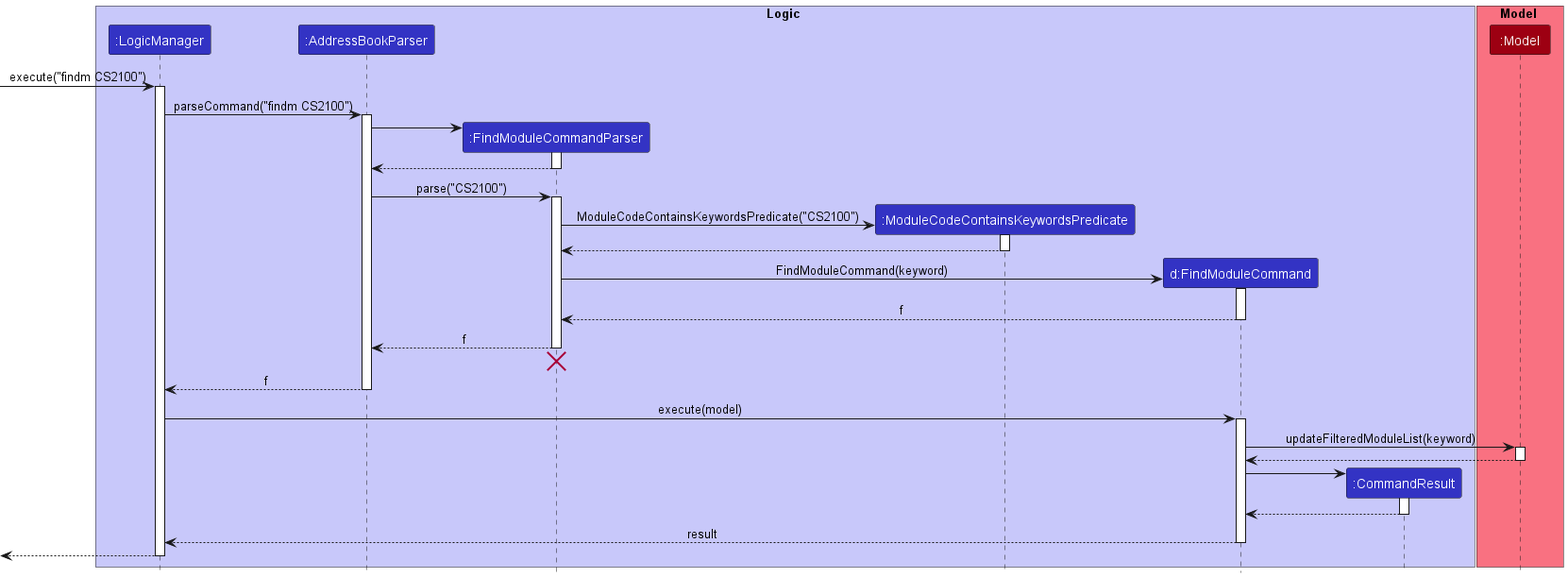
Earlier version of the PlantUML export docs/images/FindModuleSequenceDiagram.png (nus-cs2103-AY2223S1/tp).
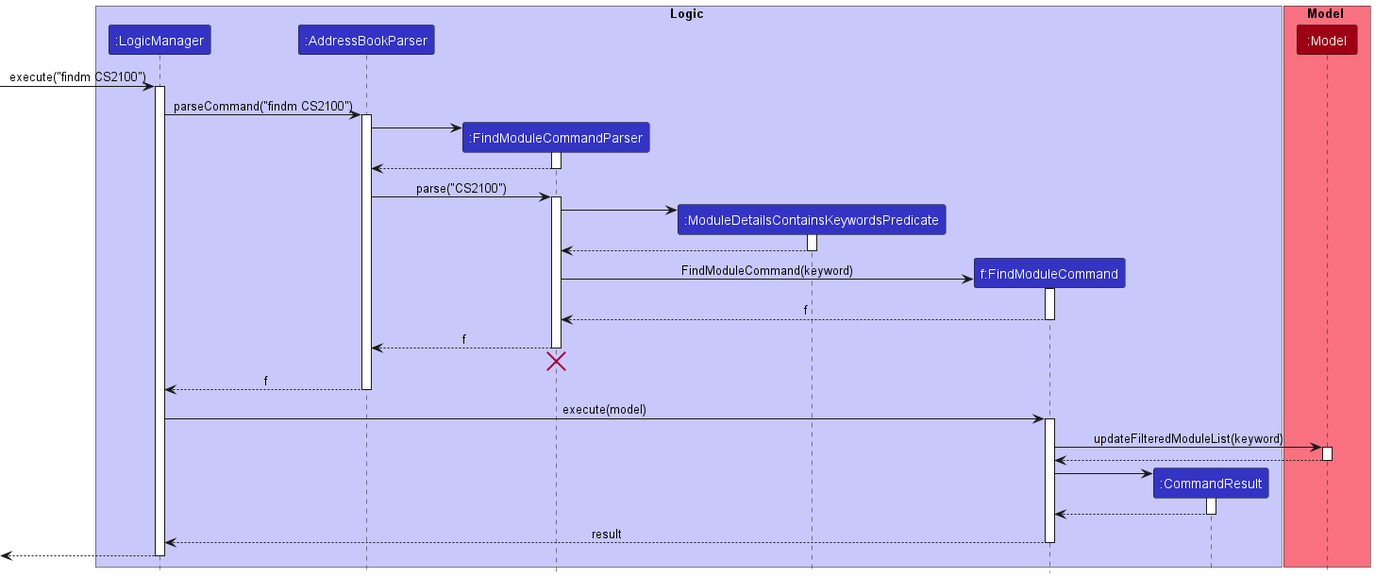
The same file after the commit.

Change to the diagram source:
```diff
@@ -5,8 +5,8 @@
 participant ":LogicManager" as LogicManager LOGIC_COLOR
 participant ":AddressBookParser" as AddressBookParser LOGIC_COLOR
 participant ":FindModuleCommandParser" as FindModuleCommandParser LOGIC_COLOR
-participant ":ModuleCodeContainsKeywordsPredicate" as ModuleCodeContainsKeywordsPredicate LOGIC_COLOR
-participant "d:FindModuleCommand" as FindModuleCommand LOGIC_COLOR
+participant ":ModuleDetailsContainsKeywordsPredicate" as ModuleDetailsContainsKeywordsPredicate LOGIC_COLOR
+participant "f:FindModuleCommand" as FindModuleCommand LOGIC_COLOR
 participant ":CommandResult" as CommandResult LOGIC_COLOR
 end box
 
@@ -30,12 +30,12 @@
 AddressBookParser -> FindModuleCommandParser : parse("CS2100")
 activate FindModuleCommandParser
 
-create ModuleCodeContainsKeywordsPredicate
-FindModuleCommandParser -> ModuleCodeContainsKeywordsPredicate : ModuleCodeContainsKeywordsPredicate("CS2100")
-activate ModuleCodeContainsKeywordsPredicate
+create ModuleDetailsContainsKeywordsPredicate
+FindModuleCommandParser -> ModuleDetailsContainsKeywordsPredicate
+activate ModuleDetailsContainsKeywordsPredicate
 
-ModuleCodeContainsKeywordsPredicate --> FindModuleCommandParser
-deactivate ModuleCodeContainsKeywordsPredicate
+ModuleDetailsContainsKeywordsPredicate --> FindModuleCommandParser
+deactivate ModuleDetailsContainsKeywordsPredicate
 
 create FindModuleCommand
 FindModuleCommandParser -> FindModuleCommand : FindModuleCommand(keyword)
```
